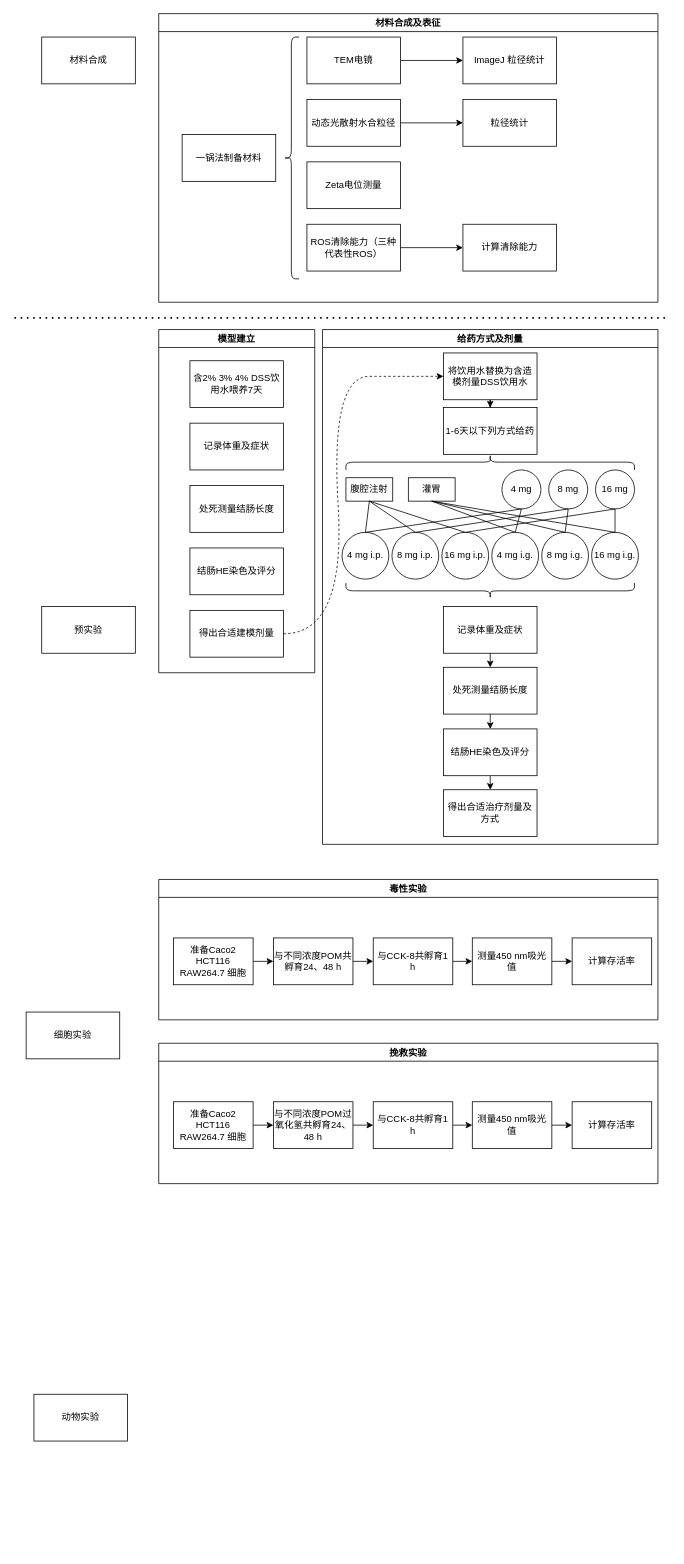
Earlier version of the draw.io diagram tech flow/DSS.drawio (chenyc1995/drawio). Source tidied: cells renumbered, new cells numbered last; positions are measured from the earlier drawing's top-left corner, leaving out a move shared by most shapes. Both pictures are drawn from the tidied source at 78%, with x=0, y=0 at pixel (14, 13).
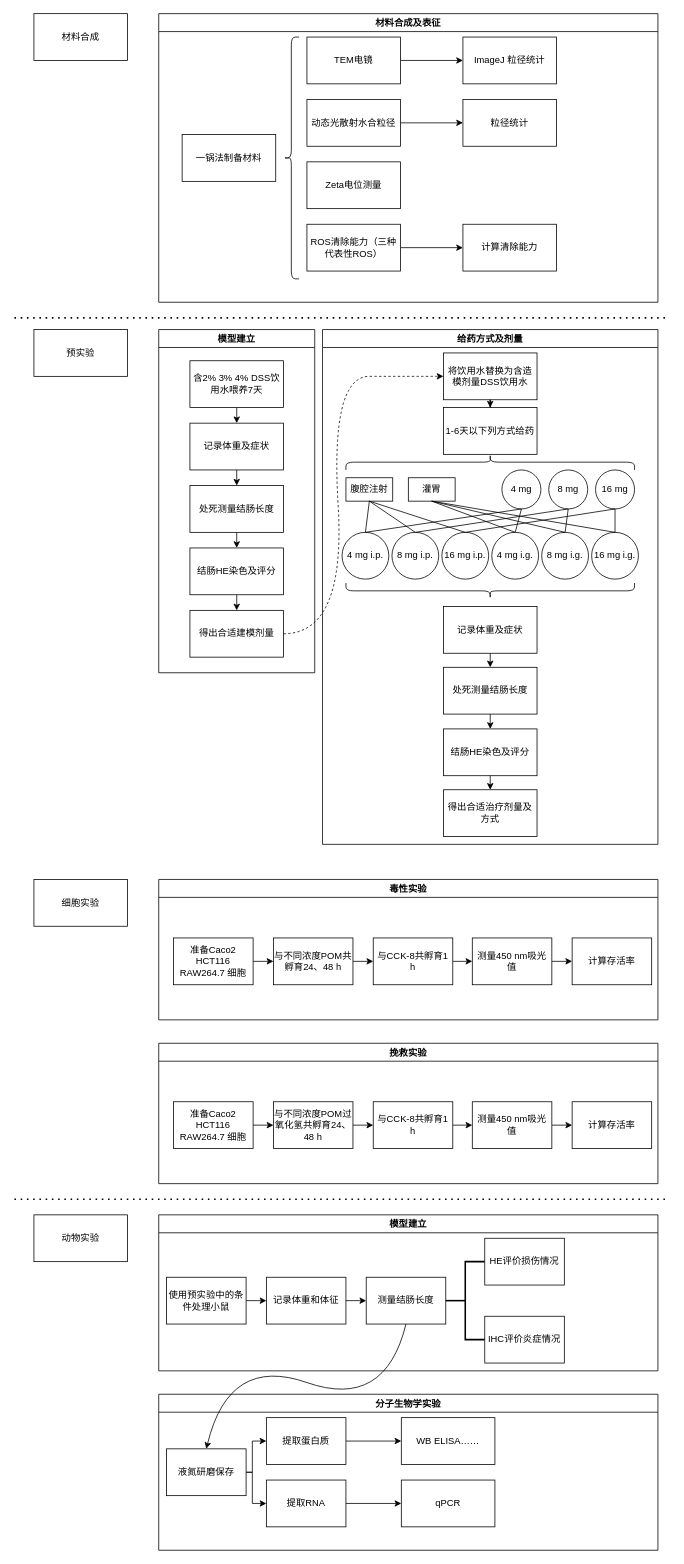
Above is the later version.

Unchanged cells that the change refers to:
```xml
<mxCell id="5" value="模型建立" style="swimlane;" parent="1" vertex="1">
  <mxGeometry x="185" y="405" width="200" height="440" as="geometry" />
</mxCell>
<mxCell id="6" value="含2% 3% 4% DSS饮用水喂养7天" style="rounded=0;whiteSpace=wrap;html=1;" parent="5" vertex="1">
  <mxGeometry x="40" y="40" width="120" height="60" as="geometry" />
</mxCell>
<mxCell id="7" value="记录体重及症状" style="rounded=0;whiteSpace=wrap;html=1;" parent="5" vertex="1">
  <mxGeometry x="40" y="120" width="120" height="60" as="geometry" />
</mxCell>
<mxCell id="8" value="处死测量结肠长度" style="rounded=0;whiteSpace=wrap;html=1;" parent="5" vertex="1">
  <mxGeometry x="40" y="200" width="120" height="60" as="geometry" />
</mxCell>
<mxCell id="9" value="结肠HE染色及评分" style="rounded=0;whiteSpace=wrap;html=1;" parent="5" vertex="1">
  <mxGeometry x="40" y="280" width="120" height="60" as="geometry" />
</mxCell>
<mxCell id="10" value="得出合适建模剂量" style="rounded=0;whiteSpace=wrap;html=1;" parent="5" vertex="1">
  <mxGeometry x="40" y="360" width="120" height="60" as="geometry" />
</mxCell>
```

Change to the diagram source:
```diff
@@
     <mxCell id="2" value="预实验" style="rounded=0;whiteSpace=wrap;html=1;" parent="1" vertex="1">
-      <mxGeometry x="35" y="760" width="120" height="60" as="geometry" />
+      <mxGeometry x="25" y="405" width="120" height="60" as="geometry" />
     </mxCell>
     <mxCell id="3" value="材料合成" style="rounded=0;whiteSpace=wrap;html=1;" parent="1" vertex="1">
-      <mxGeometry x="35" y="30" width="120" height="60" as="geometry" />
+      <mxGeometry x="25" width="120" height="60" as="geometry" />
     </mxCell>
     <mxCell id="4" value="细胞实验" style="rounded=0;whiteSpace=wrap;html=1;" parent="1" vertex="1">
-      <mxGeometry x="15" y="1280" width="120" height="60" as="geometry" />
+      <mxGeometry x="25" y="1110" width="120" height="60" as="geometry" />
     </mxCell>
@@
+    <mxCell id="83" style="edgeStyle=orthogonalEdgeStyle;rounded=0;jettySize=auto;html=1;exitX=0.5;exitY=1;exitDx=0;exitDy=0;entryX=0.5;entryY=0;entryDx=0;entryDy=0;" parent="5" edge="1" source="6" target="7">
+      <mxGeometry relative="1" as="geometry" />
+    </mxCell>
@@
+    <mxCell id="84" style="edgeStyle=orthogonalEdgeStyle;rounded=0;jettySize=auto;html=1;exitX=0.5;exitY=1;exitDx=0;exitDy=0;entryX=0.5;entryY=0;entryDx=0;entryDy=0;" parent="5" edge="1" source="7" target="8">
+      <mxGeometry relative="1" as="geometry" />
+    </mxCell>
@@
+    <mxCell id="85" style="edgeStyle=orthogonalEdgeStyle;rounded=0;jettySize=auto;html=1;exitX=0.5;exitY=1;exitDx=0;exitDy=0;entryX=0.5;entryY=0;entryDx=0;entryDy=0;" parent="5" edge="1" source="8" target="9">
+      <mxGeometry relative="1" as="geometry" />
+    </mxCell>
@@
+    <mxCell id="86" style="edgeStyle=orthogonalEdgeStyle;rounded=0;jettySize=auto;html=1;exitX=0.5;exitY=1;exitDx=0;exitDy=0;entryX=0.5;entryY=0;entryDx=0;entryDy=0;" parent="5" edge="1" source="9" target="10">
+      <mxGeometry relative="1" as="geometry" />
+    </mxCell>
@@
     <mxCell id="82" value="动物实验" style="rounded=0;whiteSpace=wrap;html=1;" parent="1" vertex="1">
-      <mxGeometry x="25" y="1770" width="120" height="60" as="geometry" />
+      <mxGeometry x="25" y="1540" width="120" height="60" as="geometry" />
     </mxCell>
+    <mxCell id="87" value="模型建立" style="swimlane;" parent="1" vertex="1">
+      <mxGeometry x="185" y="1540" width="640" height="200" as="geometry" />
+    </mxCell>
+    <mxCell id="88" value="记录体重和体征" style="rounded=0;whiteSpace=wrap;html=1;" parent="87" vertex="1">
+      <mxGeometry x="138" y="80" width="102" height="60" as="geometry" />
+    </mxCell>
+    <mxCell id="89" value="测量结肠长度" style="rounded=0;whiteSpace=wrap;html=1;" parent="87" vertex="1">
+      <mxGeometry x="266" y="80" width="102" height="60" as="geometry" />
+    </mxCell>
+    <mxCell id="90" style="edgeStyle=orthogonalEdgeStyle;rounded=0;jettySize=auto;html=1;exitX=1;exitY=0.5;exitDx=0;exitDy=0;entryX=0;entryY=0.5;entryDx=0;entryDy=0;" parent="87" edge="1" source="88" target="89">
+      <mxGeometry relative="1" as="geometry" />
+    </mxCell>
+    <mxCell id="91" style="edgeStyle=orthogonalEdgeStyle;rounded=0;jettySize=auto;html=1;exitX=1;exitY=0.5;exitDx=0;exitDy=0;entryX=0;entryY=0.5;entryDx=0;entryDy=0;" parent="87" edge="1" source="92" target="88">
+      <mxGeometry relative="1" as="geometry" />
+    </mxCell>
+    <mxCell id="92" value="使用预实验中的条件处理小鼠" style="rounded=0;whiteSpace=wrap;html=1;" parent="87" vertex="1">
+      <mxGeometry x="10" y="80" width="102" height="60" as="geometry" />
+    </mxCell>
+    <mxCell id="93" style="strokeWidth=2;html=1;shape=mxgraph.flowchart.annotation_2;align=left;labelPosition=right;" parent="87" vertex="1">
+      <mxGeometry x="368" y="60" width="50" height="100" as="geometry" />
+    </mxCell>
+    <mxCell id="94" value="HE评价损伤情况" style="rounded=0;whiteSpace=wrap;html=1;" parent="87" vertex="1">
+      <mxGeometry x="418" y="30" width="102" height="60" as="geometry" />
+    </mxCell>
+    <mxCell id="95" value="IHC评价炎症情况" style="rounded=0;whiteSpace=wrap;html=1;" parent="87" vertex="1">
+      <mxGeometry x="418" y="130" width="102" height="60" as="geometry" />
+    </mxCell>
+    <mxCell id="96" value="分子生物学实验" style="swimlane;" parent="1" vertex="1">
+      <mxGeometry x="185" y="1770" width="640" height="200" as="geometry" />
+    </mxCell>
+    <mxCell id="97" style="edgeStyle=orthogonalEdgeStyle;rounded=0;jettySize=auto;html=1;exitX=1;exitY=0.5;exitDx=0;exitDy=0;entryX=0;entryY=0.5;entryDx=0;entryDy=0;" parent="96" edge="1" source="99" target="101">
+      <mxGeometry relative="1" as="geometry">
+        <Array as="points">
+          <mxPoint x="120" y="100" />
+          <mxPoint x="120" y="60" />
+        </Array>
+      </mxGeometry>
+    </mxCell>
+    <mxCell id="98" style="edgeStyle=orthogonalEdgeStyle;rounded=0;jettySize=auto;html=1;exitX=1;exitY=0.5;exitDx=0;exitDy=0;entryX=0;entryY=0.5;entryDx=0;entryDy=0;" parent="96" edge="1" source="99" target="103">
+      <mxGeometry relative="1" as="geometry">
+        <Array as="points">
+          <mxPoint x="120" y="100" />
+          <mxPoint x="120" y="140" />
+        </Array>
+      </mxGeometry>
+    </mxCell>
+    <mxCell id="99" value="液氮研磨保存" style="rounded=0;whiteSpace=wrap;html=1;" parent="96" vertex="1">
+      <mxGeometry x="10" y="70" width="102" height="60" as="geometry" />
+    </mxCell>
+    <mxCell id="100" style="edgeStyle=orthogonalEdgeStyle;rounded=0;jettySize=auto;html=1;" parent="96" edge="1" source="101" target="104">
+      <mxGeometry relative="1" as="geometry" />
+    </mxCell>
+    <mxCell id="101" value="提取蛋白质" style="rounded=0;whiteSpace=wrap;html=1;" parent="96" vertex="1">
+      <mxGeometry x="138" y="30" width="102" height="60" as="geometry" />
+    </mxCell>
+    <mxCell id="102" style="edgeStyle=orthogonalEdgeStyle;rounded=0;jettySize=auto;html=1;" parent="96" edge="1" source="103" target="105">
+      <mxGeometry relative="1" as="geometry" />
+    </mxCell>
+    <mxCell id="103" value="提取RNA" style="rounded=0;whiteSpace=wrap;html=1;" parent="96" vertex="1">
+      <mxGeometry x="138" y="110" width="102" height="60" as="geometry" />
+    </mxCell>
+    <mxCell id="104" value="WB ELISA……" style="whiteSpace=wrap;html=1;rounded=0;" parent="96" vertex="1">
+      <mxGeometry x="311" y="30" width="120" height="60" as="geometry" />
+    </mxCell>
+    <mxCell id="105" value="qPCR" style="whiteSpace=wrap;html=1;rounded=0;" parent="96" vertex="1">
+      <mxGeometry x="311" y="110" width="120" height="60" as="geometry" />
+    </mxCell>
+    <mxCell id="106" style="curved=1;endArrow=classic;html=1;rounded=0;exitX=0.5;exitY=1;exitDx=0;exitDy=0;entryX=0.5;entryY=0;entryDx=0;entryDy=0;" parent="1" edge="1" source="89" target="99">
+      <mxGeometry relative="1" as="geometry">
+        <Array as="points">
+          <mxPoint x="475" y="1790" />
+          <mxPoint x="275" y="1720" />
+        </Array>
+      </mxGeometry>
+    </mxCell>
+    <mxCell id="107" style="endArrow=none;dashed=1;html=1;dashPattern=1 3;strokeWidth=2;rounded=0;" parent="1" edge="1">
+      <mxGeometry relative="1" as="geometry">
+        <mxPoint y="1520" as="sourcePoint" />
+        <mxPoint x="840" y="1520" as="targetPoint" />
+      </mxGeometry>
+    </mxCell>
```
